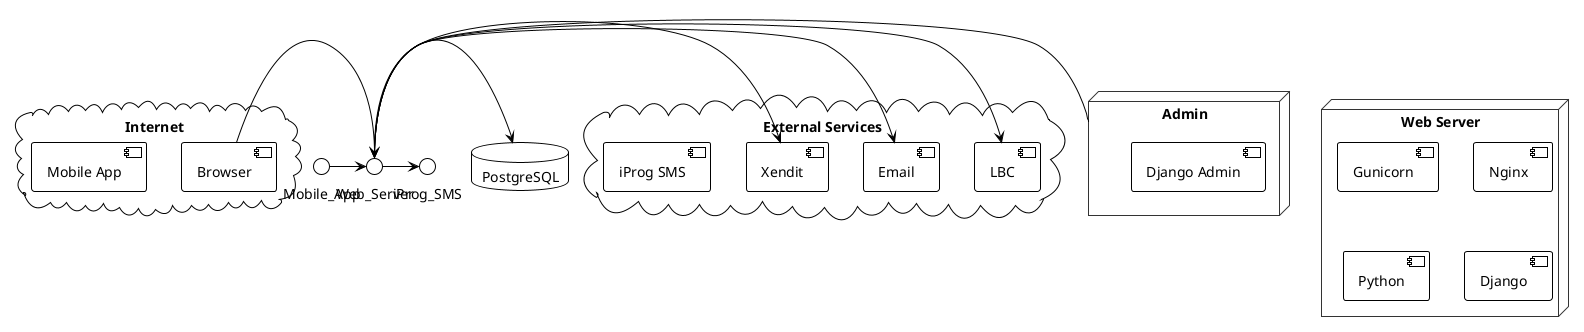
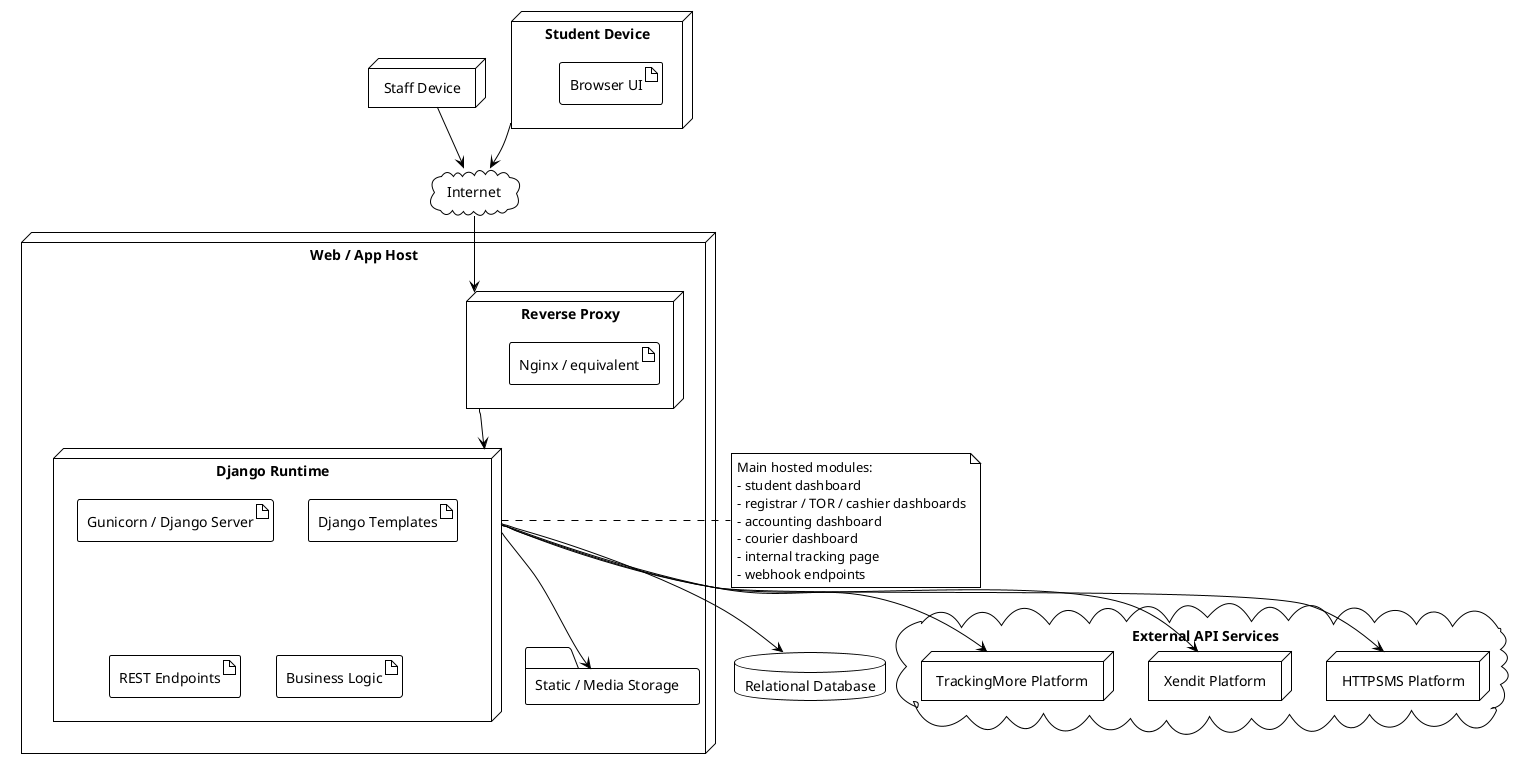
@startuml CATC Document Request Portal - Deployment Diagram
- skinparam fontSize 12
!theme plain
+ skinparam shadowing false
top to bottom direction

- skinparam node {
-     BackgroundColor white
-     BorderColor #333
+ node "Student Device" as StudentDevice {
+   artifact "Browser UI"
}

- cloud "Internet" {
-     [Browser]
-     [Mobile App]
+ node "Staff Device" as StaffDevice {
+   artifact "Browser UI"
}

- node "Web Server" {
-     [Gunicorn]
-     [Nginx]
-     [Python]
-     [Django]
+ cloud Internet
+ 
+ node "Web / App Host" as AppHost {
+   node "Reverse Proxy" as Proxy {
+     artifact "Nginx / equivalent"
+   }
+ 
+   node "Django Runtime" as DjangoNode {
+     artifact "Gunicorn / Django Server"
+     artifact "Django Templates"
+     artifact "REST Endpoints"
+     artifact "Business Logic"
+   }
+ 
+   folder "Static / Media Storage" as FileStore
}

- cloud "External Services" {
-     [iProg SMS]
-     [LBC]
-     [Email]
-     [Xendit]
+ database "Relational Database" as DB
+ 
+ cloud "External API Services" {
+   node "HTTPSMS Platform" as SMS
+   node "Xendit Platform" as Xendit
+   node "TrackingMore Platform" as TrackingMore
}

- database "PostgreSQL"
+ StudentDevice --> Internet
+ StaffDevice --> Internet
+ Internet --> Proxy
+ Proxy --> DjangoNode
+ DjangoNode --> DB
+ DjangoNode --> FileStore
+ DjangoNode --> SMS
+ DjangoNode --> Xendit
+ DjangoNode --> TrackingMore

- node "Admin" {
-     [Django Admin]
- }
+ note right of DjangoNode
+ Main hosted modules:
+ - student dashboard
+ - registrar / TOR / cashier dashboards
+ - accounting dashboard
+ - courier dashboard
+ - internal tracking page
+ - webhook endpoints
+ end note

- Browser -> Web_Server
- Mobile_App -> Web_Server
- Web_Server -> PostgreSQL
- Web_Server -> iProg_SMS
- Web_Server -> LBC
- Web_Server -> Email
- Web_Server -> Xendit
- Admin -> Web_Server
- 
- @enduml+ @enduml
